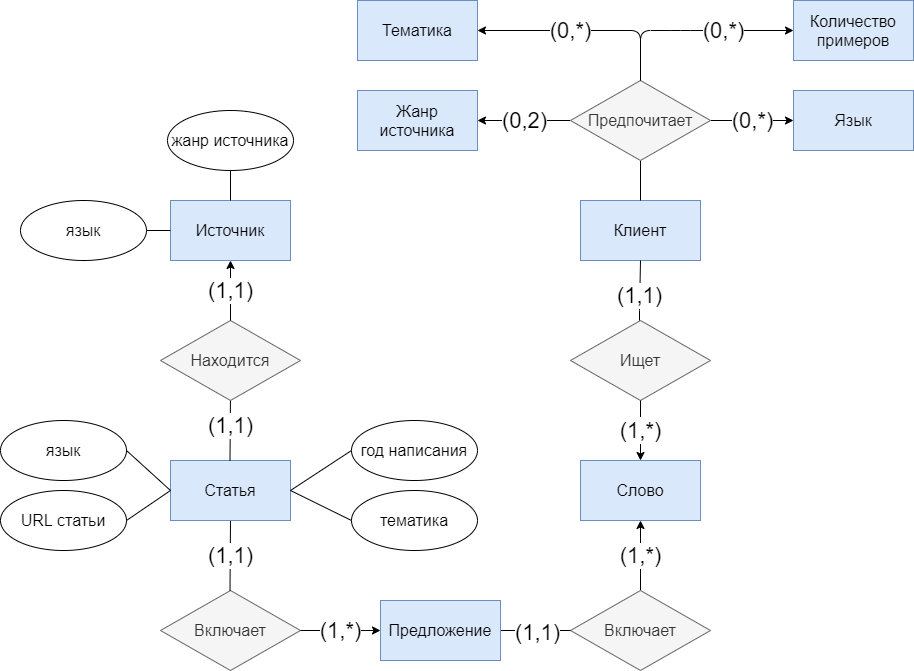
This is GetImage.png from AgeevAA/DB-project, a draw.io export, as it was before one commit. Source tidied: cells renumbered, new cells last; positions are measured from the earlier drawing's top-left corner, leaving out a move shared by most shapes.
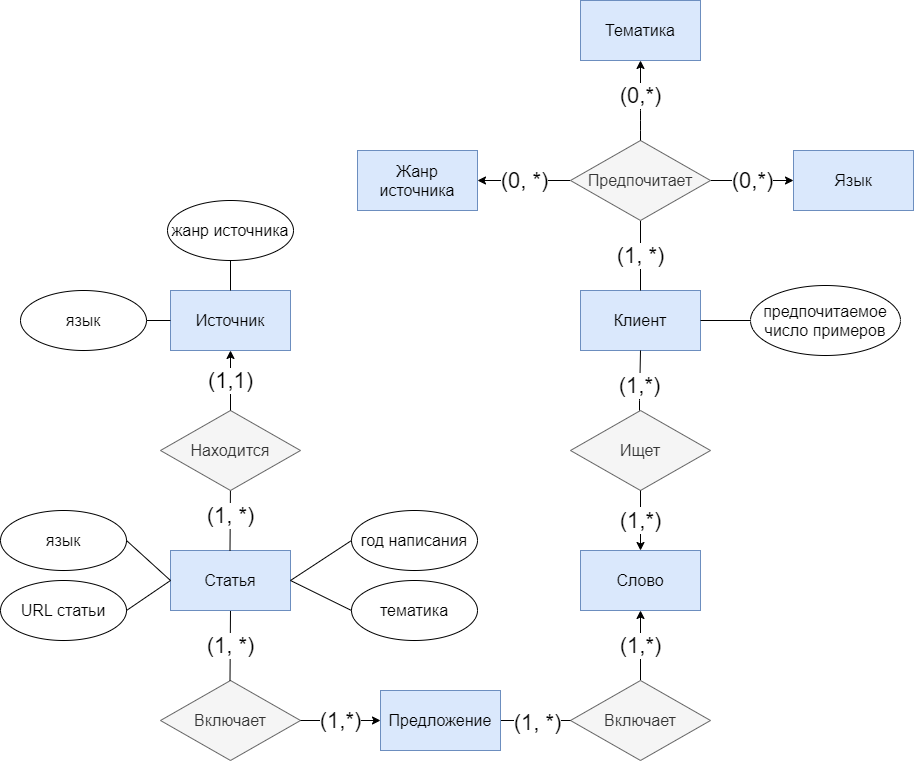
The same file after the commit.

What changed in the source:
```diff
@@ -5,7 +5,7 @@
     <mxCell id="2" value="&lt;font style=&quot;font-size: 16px&quot;&gt;Клиент&lt;/font&gt;" style="rounded=0;whiteSpace=wrap;html=1;fillColor=#dae8fc;strokeColor=#6c8ebf;" parent="1" vertex="1">
       <mxGeometry x="580" y="200" width="120" height="60" as="geometry" />
     </mxCell>
-    <mxCell id="3" value="&lt;span style=&quot;font-size: 22px&quot;&gt;(1,1)&lt;/span&gt;" style="endArrow=none;html=1;entryX=0.5;entryY=1;entryDx=0;entryDy=0;" parent="1" edge="1" target="2">
+    <mxCell id="3" value="&lt;span style=&quot;font-size: 22px&quot;&gt;(1,*)&lt;/span&gt;" style="endArrow=none;html=1;entryX=0.5;entryY=1;entryDx=0;entryDy=0;" parent="1" edge="1" target="2">
       <mxGeometry relative="1" as="geometry">
         <mxPoint x="639" y="330" as="sourcePoint" />
         <Array as="points">
@@ -40,7 +40,7 @@
         <mxPoint x="480" y="630" as="sourcePoint" />
       </mxGeometry>
     </mxCell>
-    <mxCell id="10" value="&lt;span style=&quot;font-size: 22px&quot;&gt;(1,1)&lt;/span&gt;" style="edgeLabel;html=1;align=center;verticalAlign=middle;" parent="9" vertex="1">
+    <mxCell id="10" value="&lt;span style=&quot;font-size: 22px&quot;&gt;(1, *)&lt;/span&gt;" style="edgeLabel;html=1;align=center;verticalAlign=middle;" parent="9" vertex="1">
       <mxGeometry x="0.24" y="-1" relative="1" as="geometry" />
     </mxCell>
     <mxCell id="11" value="&lt;font style=&quot;font-size: 16px&quot;&gt;Предложение&lt;/font&gt;" style="rounded=0;whiteSpace=wrap;html=1;fillColor=#dae8fc;strokeColor=#6c8ebf;" parent="1" vertex="1">
@@ -49,7 +49,7 @@
     <mxCell id="12" value="&lt;font style=&quot;font-size: 16px&quot;&gt;Включает&lt;/font&gt;" style="rhombus;whiteSpace=wrap;html=1;fillColor=#f5f5f5;strokeColor=#666666;fontColor=#333333;" parent="1" vertex="1">
       <mxGeometry x="160" y="590" width="140" height="80" as="geometry" />
     </mxCell>
-    <mxCell id="13" value="&lt;font style=&quot;font-size: 22px&quot;&gt;(1,1)&lt;/font&gt;" style="endArrow=none;html=1;" parent="1" edge="1">
+    <mxCell id="13" value="&lt;font style=&quot;font-size: 22px&quot;&gt;(1, *)&lt;/font&gt;" style="endArrow=none;html=1;" parent="1" edge="1">
       <mxGeometry relative="1" as="geometry">
         <mxPoint x="229.5" y="590" as="sourcePoint" />
         <mxPoint x="230" y="520" as="targetPoint" />
@@ -58,7 +58,7 @@
     <mxCell id="14" value="&lt;font style=&quot;font-size: 16px&quot;&gt;Статья&lt;/font&gt;" style="rounded=0;whiteSpace=wrap;html=1;fillColor=#dae8fc;strokeColor=#6c8ebf;" parent="1" vertex="1">
       <mxGeometry x="170" y="460" width="120" height="60" as="geometry" />
     </mxCell>
-    <mxCell id="15" value="&lt;span style=&quot;font-size: 22px&quot;&gt;(1,1)&lt;/span&gt;" style="endArrow=none;html=1;" parent="1" edge="1">
+    <mxCell id="15" value="&lt;span style=&quot;font-size: 22px&quot;&gt;(1, *)&lt;/span&gt;" style="endArrow=none;html=1;" parent="1" edge="1">
       <mxGeometry relative="1" as="geometry">
         <mxPoint x="229.5" y="460" as="sourcePoint" />
         <mxPoint x="230" y="390" as="targetPoint" />
@@ -94,22 +94,21 @@
         <mxPoint x="170" y="230" as="targetPoint" />
       </mxGeometry>
     </mxCell>
-    <mxCell id="24" style="endArrow=none;html=1;exitX=0.5;exitY=0;exitDx=0;exitDy=0;entryX=0.5;entryY=1;entryDx=0;entryDy=0;" parent="1" edge="1" source="2" target="26">
+    <mxCell id="24" value="&lt;font style=&quot;font-size: 22px&quot;&gt;(1, *)&lt;/font&gt;" style="endArrow=none;html=1;exitX=0.5;exitY=0;exitDx=0;exitDy=0;entryX=0.5;entryY=1;entryDx=0;entryDy=0;" parent="1" edge="1" source="2" target="26">
       <mxGeometry relative="1" as="geometry" />
     </mxCell>
-    <mxCell id="25" value="&lt;font style=&quot;font-size: 22px&quot;&gt;(0,2)&lt;/font&gt;" style="endArrow=none;html=1;entryX=0;entryY=0.5;entryDx=0;entryDy=0;exitX=1;exitY=0.5;exitDx=0;exitDy=0;startArrow=classic;startFill=1;" parent="1" edge="1" target="26">
-      <mxGeometry relative="1" as="geometry">
-        <mxPoint x="477" y="120" as="sourcePoint" />
-      </mxGeometry>
+    <mxCell id="25" value="&lt;font style=&quot;font-size: 22px&quot;&gt;(0, *)&lt;/font&gt;" style="endArrow=none;html=1;entryX=0;entryY=0.5;entryDx=0;entryDy=0;exitX=1;exitY=0.5;exitDx=0;exitDy=0;startArrow=classic;startFill=1;" parent="1" edge="1" source="38" target="26">
+      <mxGeometry relative="1" as="geometry" />
     </mxCell>
     <mxCell id="26" value="&lt;font style=&quot;font-size: 16px&quot;&gt;Предпочитает&lt;/font&gt;" style="rhombus;whiteSpace=wrap;html=1;fillColor=#f5f5f5;strokeColor=#666666;fontColor=#333333;" parent="1" vertex="1">
-      <mxGeometry x="570" y="80" width="140" height="80" as="geometry" />
+      <mxGeometry x="570" y="50" width="140" height="80" as="geometry" />
     </mxCell>
-    <mxCell id="27" value="&lt;font style=&quot;font-size: 22px&quot;&gt;(0,*)&lt;/font&gt;" style="endArrow=classic;html=1;entryX=1;entryY=0.5;entryDx=0;entryDy=0;endFill=1;" parent="1" edge="1" target="39">
+    <mxCell id="27" value="&lt;font style=&quot;font-size: 22px&quot;&gt;(0,*)&lt;/font&gt;" style="endArrow=classic;html=1;entryX=0.5;entryY=1;entryDx=0;entryDy=0;endFill=1;" parent="1" edge="1" target="39">
       <mxGeometry x="0.13" relative="1" as="geometry">
-        <mxPoint x="640" y="80" as="sourcePoint" />
+        <mxPoint x="640" y="50" as="sourcePoint" />
         <Array as="points">
           <mxPoint x="640" y="30" />
+          <mxPoint x="640" y="10" />
         </Array>
       </mxGeometry>
     </mxCell>
@@ -140,25 +139,20 @@
     <mxCell id="36" value="&lt;span style=&quot;font-size: 22px&quot;&gt;(1,*)&lt;/span&gt;" style="endArrow=none;html=1;entryX=1;entryY=0.5;entryDx=0;entryDy=0;exitX=0;exitY=0.5;exitDx=0;exitDy=0;startArrow=classic;startFill=1;" parent="1" edge="1" source="11" target="12">
       <mxGeometry relative="1" as="geometry" />
     </mxCell>
-    <mxCell id="37" value="&lt;font style=&quot;font-size: 22px&quot;&gt;(0,*)&lt;/font&gt;" style="endArrow=classic;html=1;endFill=1;exitX=0.5;exitY=0;exitDx=0;exitDy=0;entryX=0;entryY=0.5;entryDx=0;entryDy=0;" parent="1" edge="1" source="26" target="41">
-      <mxGeometry x="0.31" relative="1" as="geometry">
-        <Array as="points">
-          <mxPoint x="640" y="30" />
-          <mxPoint x="680" y="30" />
-        </Array>
-      </mxGeometry>
-    </mxCell>
     <mxCell id="38" value="&lt;font style=&quot;font-size: 16px&quot;&gt;Жанр источника&lt;/font&gt;" style="rounded=0;whiteSpace=wrap;html=1;fillColor=#dae8fc;strokeColor=#6c8ebf;" parent="1" vertex="1">
-      <mxGeometry x="357" y="90" width="120" height="60" as="geometry" />
+      <mxGeometry x="357" y="60" width="120" height="60" as="geometry" />
     </mxCell>
     <mxCell id="39" value="&lt;font style=&quot;font-size: 16px&quot;&gt;Тематика&lt;/font&gt;" style="rounded=0;whiteSpace=wrap;html=1;fillColor=#dae8fc;strokeColor=#6c8ebf;" parent="1" vertex="1">
-      <mxGeometry x="357" width="120" height="60" as="geometry" />
+      <mxGeometry x="580" y="-90" width="120" height="60" as="geometry" />
     </mxCell>
     <mxCell id="40" value="&lt;font style=&quot;font-size: 16px&quot;&gt;Язык&lt;/font&gt;" style="rounded=0;whiteSpace=wrap;html=1;fillColor=#dae8fc;strokeColor=#6c8ebf;" parent="1" vertex="1">
-      <mxGeometry x="793" y="90" width="120" height="60" as="geometry" />
+      <mxGeometry x="793" y="60" width="120" height="60" as="geometry" />
     </mxCell>
-    <mxCell id="41" value="&lt;font style=&quot;font-size: 16px&quot;&gt;Количество примеров&lt;/font&gt;" style="rounded=0;whiteSpace=wrap;html=1;fillColor=#dae8fc;strokeColor=#6c8ebf;" parent="1" vertex="1">
-      <mxGeometry x="793" width="120" height="60" as="geometry" />
-    </mxCell>
+    <mxCell id="42" value="&lt;span style=&quot;font-size: 16px&quot;&gt;предпочитаемое число примеров&lt;/span&gt;" style="ellipse;whiteSpace=wrap;html=1;" parent="1" vertex="1">
+      <mxGeometry x="750" y="195" width="150" height="70" as="geometry" />
+    </mxCell>
+    <mxCell id="43" style="endArrow=none;html=1;exitX=1;exitY=0.5;exitDx=0;exitDy=0;entryX=0;entryY=0.5;entryDx=0;entryDy=0;" parent="1" edge="1" source="2" target="42">
+      <mxGeometry relative="1" as="geometry" />
+    </mxCell>
   </root>
 </mxGraphModel>
```
